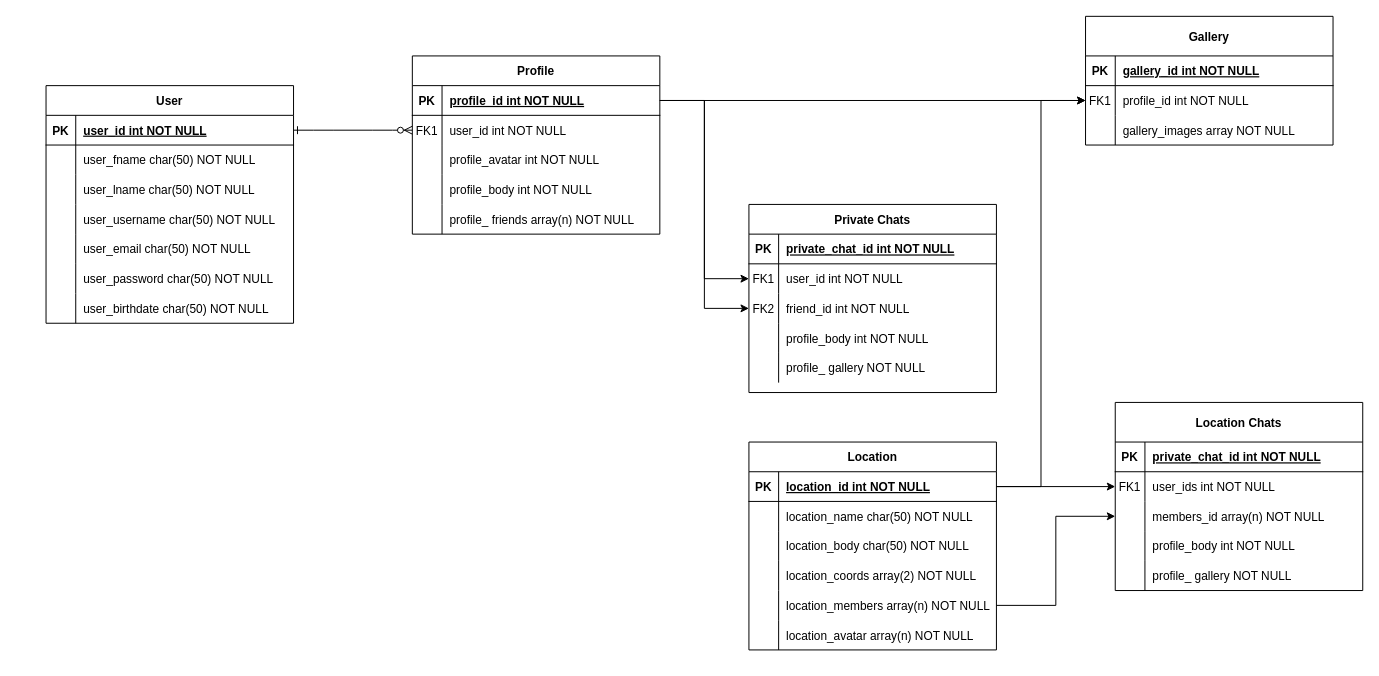
This is Untitled Diagram.drawio from ZM-UniConnect/Design, a draw.io file, before an edit. Source tidied: cells renumbered, new cells numbered last; positions are measured from the earlier drawing's top-left corner, leaving out a move shared by most shapes. Both pictures are drawn from the tidied source at 99%, with x=0, y=0 at pixel (46, 16).
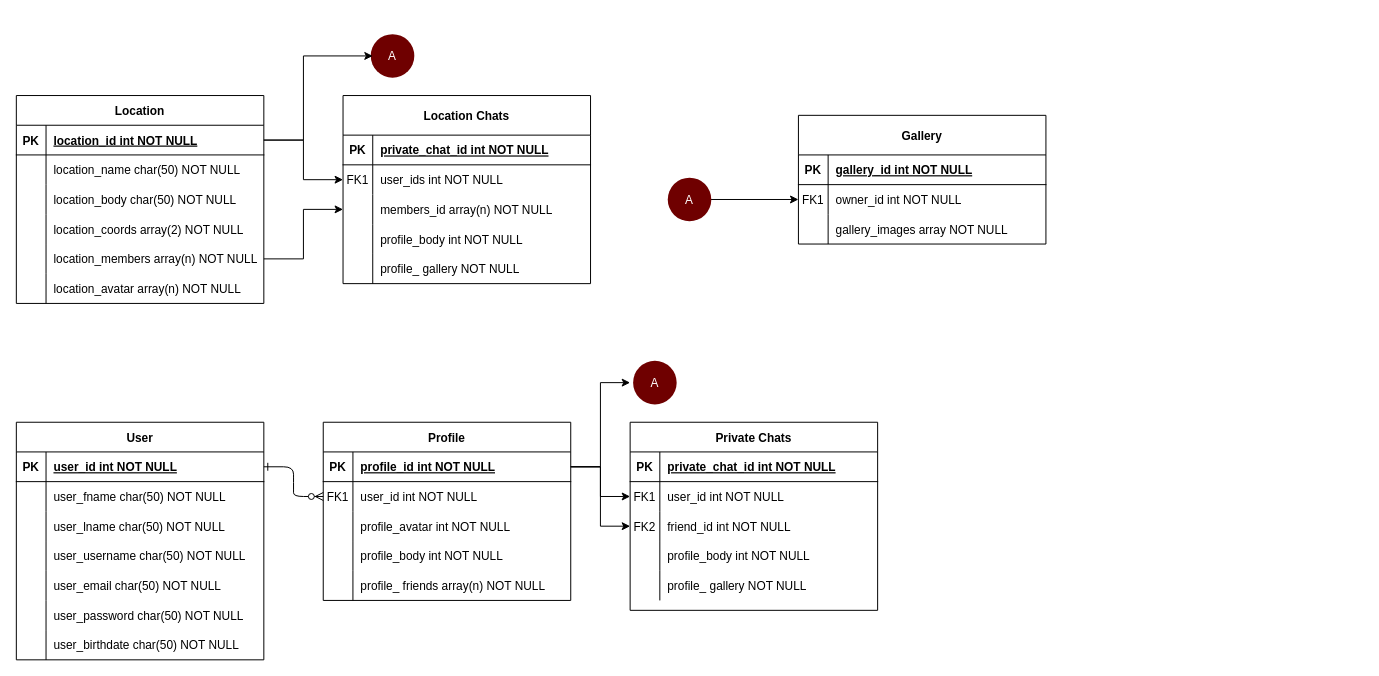
After the change.

Unchanged cells that the change refers to:
```xml
<mxCell id="4" style="shape=partialRectangle;fillColor=none;points=[[0,0.5],[1,0.5]];portConstraint=eastwest;top=0;left=0;right=0;bottom=1;" parent="3" vertex="1">
  <mxGeometry y="30" width="250" height="30" as="geometry" />
</mxCell>
<mxCell id="45" style="shape=partialRectangle;fillColor=none;points=[[0,0.5],[1,0.5]];portConstraint=eastwest;top=0;left=0;right=0;bottom=0;" parent="41" vertex="1">
  <mxGeometry y="70" width="250" height="30" as="geometry" />
</mxCell>
<mxCell id="85" style="shape=partialRectangle;fillColor=none;points=[[0,0.5],[1,0.5]];portConstraint=eastwest;top=0;left=0;right=0;bottom=1;" parent="84" vertex="1">
  <mxGeometry y="30" width="250" height="30" as="geometry" />
</mxCell>
```

What changed in the source:
```diff
@@
     <mxCell id="3" value="Profile" style="shape=table;startSize=30;childLayout=tableLayout;rowLines=0;fontStyle=1;align=center;" parent="1" vertex="1">
-      <mxGeometry x="370" y="40" width="250" height="180" as="geometry" />
+      <mxGeometry x="280" y="410" width="250" height="180" as="geometry" />
     </mxCell>
@@
     <mxCell id="19" value="User" style="shape=table;startSize=30;childLayout=tableLayout;rowLines=0;fontStyle=1;align=center;" parent="1" vertex="1">
-      <mxGeometry y="70" width="250" height="240" as="geometry" />
+      <mxGeometry x="-30" y="410" width="250" height="240" as="geometry" />
     </mxCell>
@@
     <mxCell id="41" value="Gallery" style="shape=table;startSize=40;childLayout=tableLayout;rowLines=0;fontStyle=1;align=center;" parent="1" vertex="1">
-      <mxGeometry x="1050" width="250" height="130" as="geometry" />
+      <mxGeometry x="760" y="100" width="250" height="130" as="geometry" />
     </mxCell>
@@
-    <mxCell id="47" value="profile_id int NOT NULL" style="shape=partialRectangle;overflow=hidden;fillColor=none;top=0;left=0;bottom=0;right=0;align=left;spacingLeft=6;" parent="45" vertex="1">
+    <mxCell id="47" value="owner_id int NOT NULL" style="shape=partialRectangle;overflow=hidden;fillColor=none;top=0;left=0;bottom=0;right=0;align=left;spacingLeft=6;" parent="45" vertex="1">
       <mxGeometry x="30" width="220" height="30" as="geometry" />
     </mxCell>
@@
-    <mxCell id="51" style="edgeStyle=orthogonalEdgeStyle;rounded=0;jettySize=auto;html=1;" parent="1" edge="1" source="4" target="45">
-      <mxGeometry relative="1" as="geometry" />
-    </mxCell>
     <mxCell id="52" value="Private Chats" style="shape=table;startSize=30;childLayout=tableLayout;rowLines=0;fontStyle=1;align=center;" parent="1" vertex="1">
-      <mxGeometry x="710" y="190" width="250" height="190" as="geometry" />
+      <mxGeometry x="590" y="410" width="250" height="190" as="geometry" />
     </mxCell>
@@
     <mxCell id="68" value="Location Chats" style="shape=table;startSize=40;childLayout=tableLayout;rowLines=0;fontStyle=1;align=center;" parent="1" vertex="1">
-      <mxGeometry x="1080" y="390" width="250" height="190" as="geometry" />
+      <mxGeometry x="300" y="80" width="250" height="190" as="geometry" />
     </mxCell>
@@
     <mxCell id="84" value="Location" style="shape=table;startSize=30;childLayout=tableLayout;rowLines=0;fontStyle=1;align=center;" parent="1" vertex="1">
-      <mxGeometry x="710" y="430" width="250" height="210" as="geometry" />
+      <mxGeometry x="-30" y="80" width="250" height="210" as="geometry" />
     </mxCell>
@@
-    <mxCell id="103" style="edgeStyle=orthogonalEdgeStyle;rounded=0;jettySize=auto;html=1;exitX=1;exitY=0.5;exitDx=0;exitDy=0;" parent="1" edge="1" source="85" target="45">
-      <mxGeometry relative="1" as="geometry" />
-    </mxCell>
@@
+    <mxCell id="108" style="edgeStyle=orthogonalEdgeStyle;rounded=0;jettySize=auto;html=1;" parent="1" edge="1" source="109" target="45">
+      <mxGeometry relative="1" as="geometry" />
+    </mxCell>
+    <mxCell id="109" value="A" style="shape=waypoint;sketch=0;fillStyle=solid;size=6;points=[];fillColor=#a20025;perimeter=centerPerimeter;snapToPoint=1;fontColor=#ffffff;strokeColor=#6F0000;strokeWidth=20;" parent="1" vertex="1">
+      <mxGeometry x="640" y="175" width="20" height="20" as="geometry" />
+    </mxCell>
+    <mxCell id="110" value="A" style="shape=waypoint;sketch=0;fillStyle=solid;size=6;fillColor=#a20025;perimeter=centerPerimeter;fontColor=#ffffff;strokeColor=#6F0000;strokeWidth=20;" parent="1" vertex="1">
+      <mxGeometry x="340" y="30" width="20" height="20" as="geometry" />
+    </mxCell>
+    <mxCell id="111" style="edgeStyle=orthogonalEdgeStyle;rounded=0;jettySize=auto;html=1;exitX=1;exitY=0.5;exitDx=0;exitDy=0;" parent="1" edge="1" source="85">
+      <mxGeometry relative="1" as="geometry">
+        <mxPoint x="330" y="40" as="targetPoint" />
+        <Array as="points">
+          <mxPoint x="260" y="125" />
+          <mxPoint x="260" y="40" />
+        </Array>
+      </mxGeometry>
+    </mxCell>
+    <mxCell id="112" value="A" style="shape=waypoint;sketch=0;fillStyle=solid;size=6;fillColor=#a20025;perimeter=centerPerimeter;fontColor=#ffffff;strokeColor=#6F0000;strokeWidth=20;" parent="1" vertex="1">
+      <mxGeometry x="605" y="360" width="20" height="20" as="geometry" />
+    </mxCell>
+    <mxCell id="113" style="edgeStyle=orthogonalEdgeStyle;rounded=0;jettySize=auto;html=1;exitX=1;exitY=0.5;exitDx=0;exitDy=0;" parent="1" edge="1" source="4">
+      <mxGeometry relative="1" as="geometry">
+        <mxPoint x="590" y="370" as="targetPoint" />
+        <Array as="points">
+          <mxPoint x="560" y="455" />
+          <mxPoint x="560" y="370" />
+        </Array>
+      </mxGeometry>
+    </mxCell>
```
